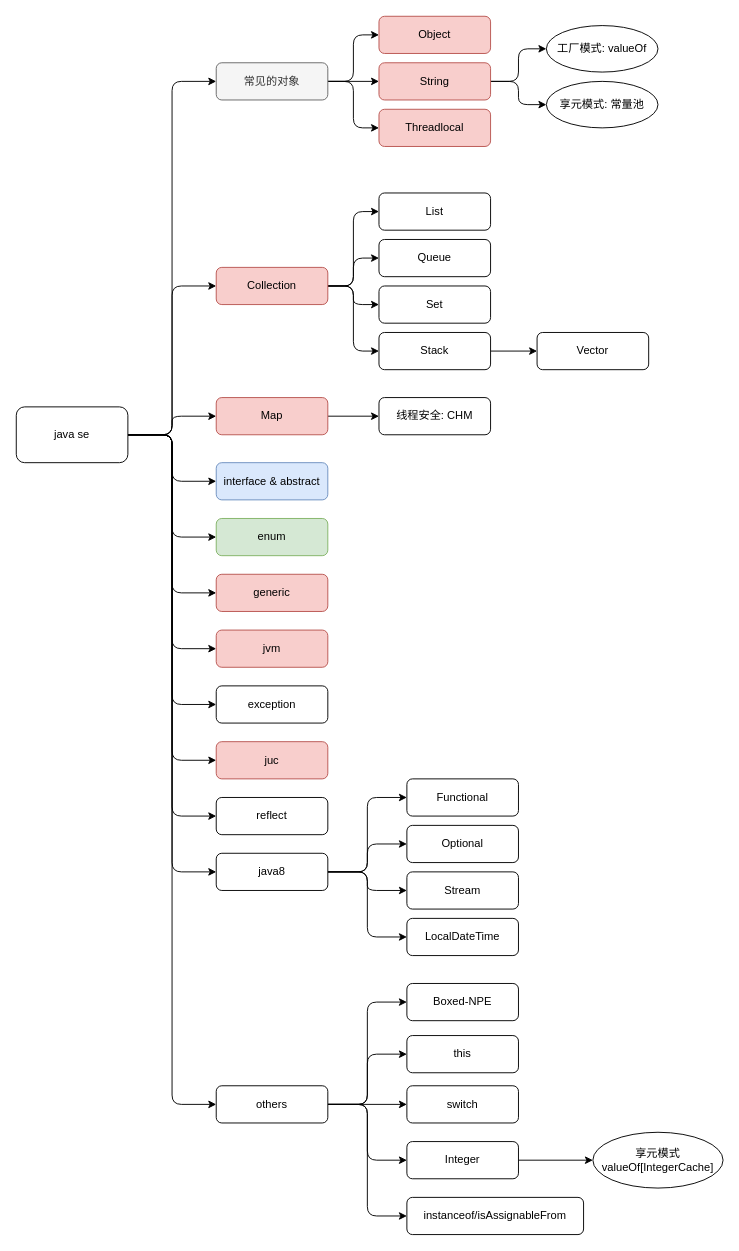
The draw.io diagram diagrams/interview/overview/01.javase.drawio in Alice52/diagrams, before the edit. Source tidied: cells renumbered, new cells numbered last; positions are measured from the earlier drawing's top-left corner, leaving out a move shared by most shapes. Both pictures are drawn from the tidied source at 93%, with x=0, y=0 at pixel (16, 16).
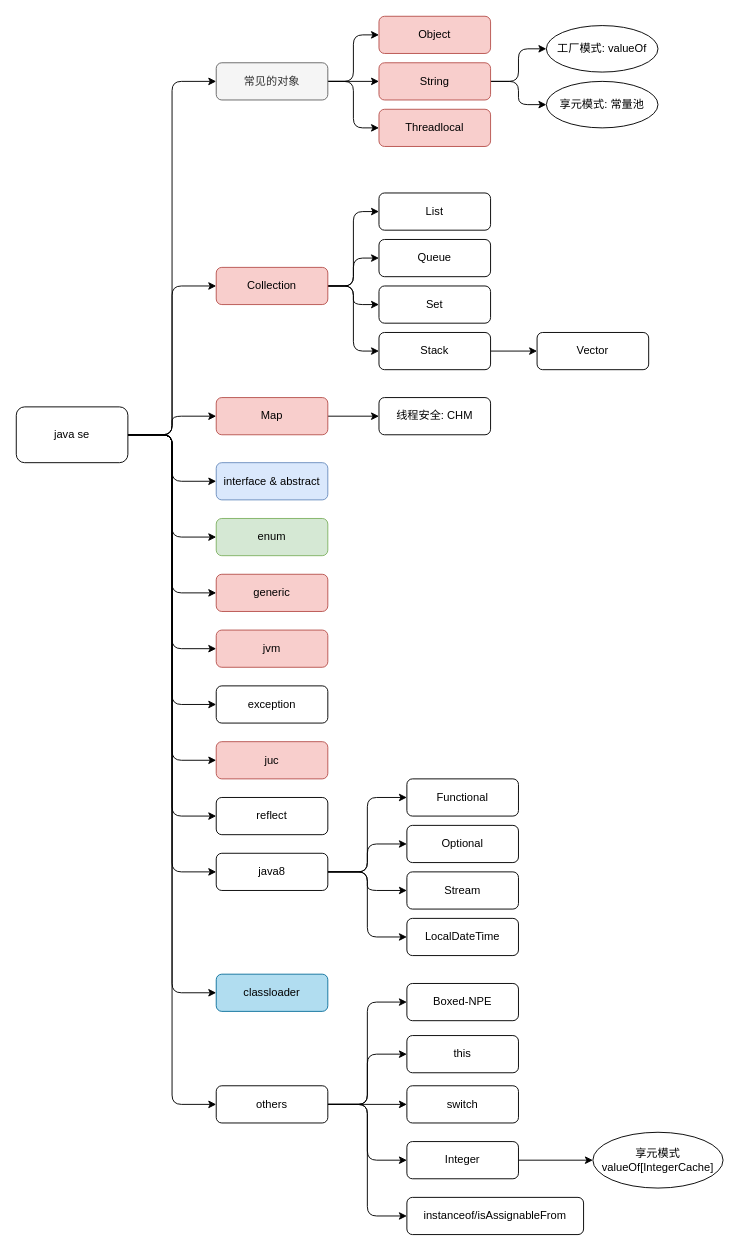
The same page after the edit.

Unchanged cells that the change refers to:
```xml
<mxCell id="14" value="java se" style="rounded=1;whiteSpace=wrap;html=1;" parent="1" vertex="1">
  <mxGeometry y="420" width="120" height="60" as="geometry" />
</mxCell>
```

What changed in the source:
```diff
@@
+    <mxCell id="69" style="edgeStyle=orthogonalEdgeStyle;rounded=1;jettySize=auto;html=1;entryX=0;entryY=0.5;entryDx=0;entryDy=0;" parent="1" edge="1" source="14" target="70">
+      <mxGeometry relative="1" as="geometry" />
+    </mxCell>
@@
+    <mxCell id="70" value="classloader" style="rounded=1;whiteSpace=wrap;html=1;fillColor=#b1ddf0;strokeColor=#10739e;" parent="1" vertex="1">
+      <mxGeometry x="215" y="1030" width="120" height="40" as="geometry" />
+    </mxCell>
```
